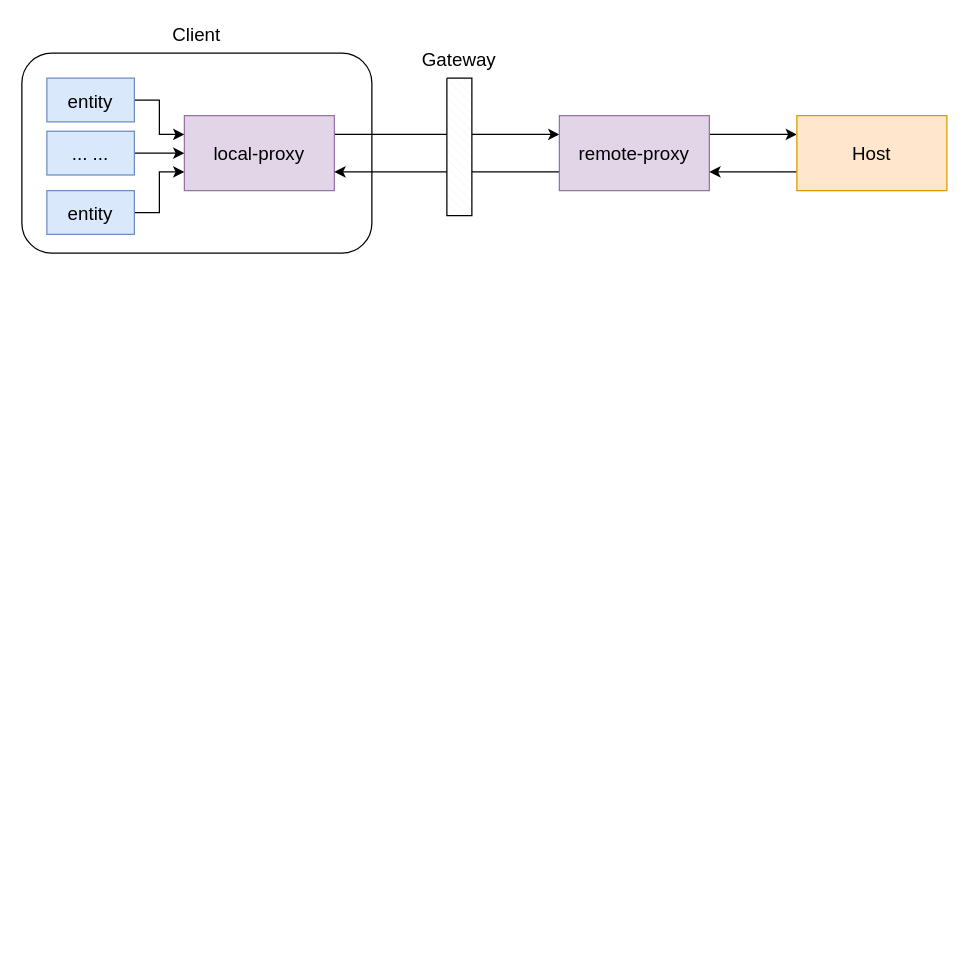
Above: docs/socks5-proxy.drawio in ikey4u/relayer (draw.io), before the change. Source tidied: cells renumbered, new cells numbered last; positions are measured from the earlier drawing's top-left corner, leaving out a move shared by most shapes. Both pictures are drawn from the tidied source at 125%, with x=0, y=0 at pixel (21, 21).
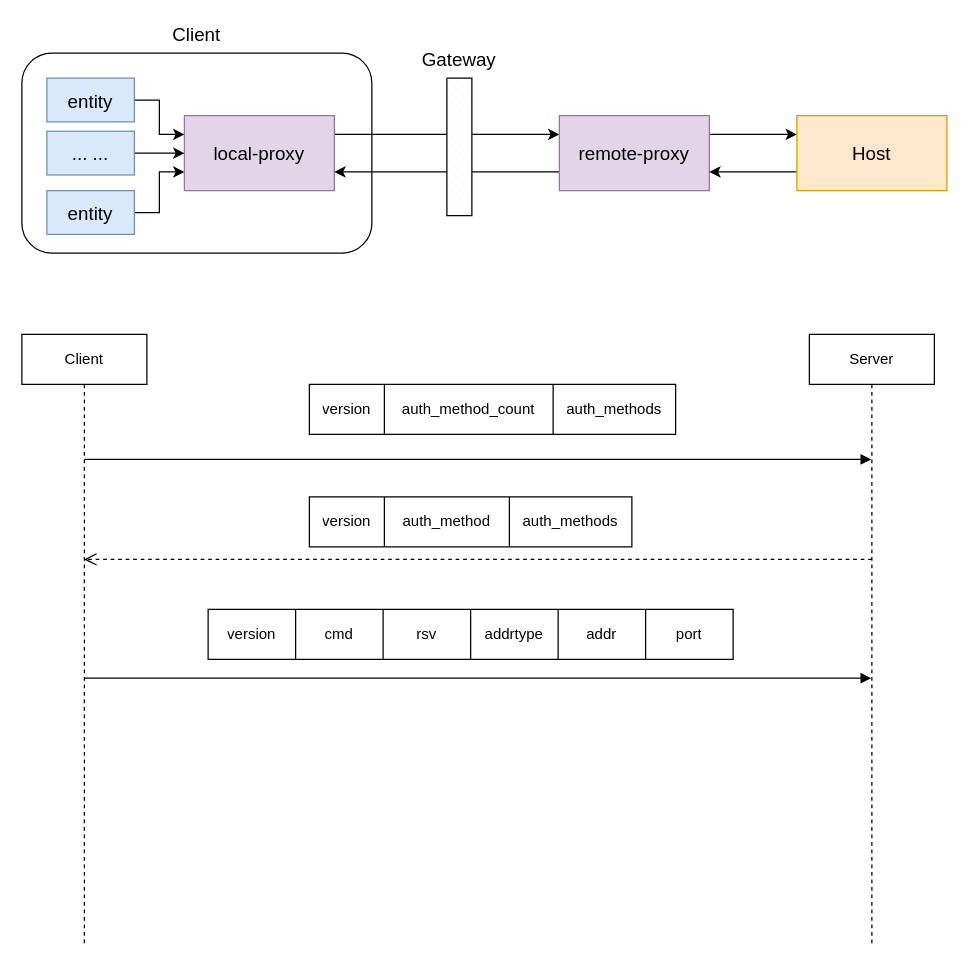
The same diagram, later.

Commit message:
doc: add socks5 handshake illustration of first and second

Change to the diagram source:
```diff
@@
+    <mxCell id="19" style="shape=table;html=1;whiteSpace=wrap;startSize=0;childLayout=tableLayout;fontFamily=Source Han Serif;" parent="1" vertex="1">
+      <mxGeometry x="230" y="290" width="293" height="40" as="geometry" />
+    </mxCell>
+    <mxCell id="20" style="shape=partialRectangle;html=1;whiteSpace=wrap;fillColor=none;top=0;left=0;bottom=0;right=0;fontFamily=Source Han Serif;" parent="19" vertex="1">
+      <mxGeometry width="293" height="40" as="geometry" />
+    </mxCell>
+    <mxCell id="21" value="version" style="shape=partialRectangle;html=1;whiteSpace=wrap;overflow=hidden;fillColor=none;top=0;left=0;bottom=0;right=0;fontFamily=Source Han Serif;" parent="20" vertex="1">
+      <mxGeometry width="60" height="40" as="geometry" />
+    </mxCell>
+    <mxCell id="22" value="auth_method_count" style="shape=partialRectangle;html=1;whiteSpace=wrap;overflow=hidden;fillColor=none;top=0;left=0;bottom=0;right=0;fontFamily=Source Han Serif;" parent="20" vertex="1">
+      <mxGeometry x="60" width="135" height="40" as="geometry" />
+    </mxCell>
+    <mxCell id="23" value="auth_methods" style="shape=partialRectangle;html=1;whiteSpace=wrap;overflow=hidden;fillColor=none;top=0;left=0;bottom=0;right=0;fontFamily=Source Han Serif;" parent="20" vertex="1">
+      <mxGeometry x="195" width="98" height="40" as="geometry" />
+    </mxCell>
+    <mxCell id="24" style="shape=table;html=1;whiteSpace=wrap;startSize=0;childLayout=tableLayout;fontFamily=Source Han Serif;" parent="1" vertex="1">
+      <mxGeometry x="230" y="380" width="258" height="40" as="geometry" />
+    </mxCell>
+    <mxCell id="25" style="shape=partialRectangle;html=1;whiteSpace=wrap;fillColor=none;top=0;left=0;bottom=0;right=0;fontFamily=Source Han Serif;" parent="24" vertex="1">
+      <mxGeometry width="258" height="40" as="geometry" />
+    </mxCell>
+    <mxCell id="26" value="version" style="shape=partialRectangle;html=1;whiteSpace=wrap;overflow=hidden;fillColor=none;top=0;left=0;bottom=0;right=0;fontFamily=Source Han Serif;" parent="25" vertex="1">
+      <mxGeometry width="60" height="40" as="geometry" />
+    </mxCell>
+    <mxCell id="27" value="auth_method" style="shape=partialRectangle;html=1;whiteSpace=wrap;overflow=hidden;fillColor=none;top=0;left=0;bottom=0;right=0;fontFamily=Source Han Serif;" parent="25" vertex="1">
+      <mxGeometry x="60" width="100" height="40" as="geometry" />
+    </mxCell>
+    <mxCell id="28" value="auth_methods" style="shape=partialRectangle;html=1;whiteSpace=wrap;overflow=hidden;fillColor=none;top=0;left=0;bottom=0;right=0;fontFamily=Source Han Serif;" parent="25" vertex="1">
+      <mxGeometry x="160" width="98" height="40" as="geometry" />
+    </mxCell>
+    <mxCell id="29" style="shape=table;html=1;whiteSpace=wrap;startSize=0;childLayout=tableLayout;fontFamily=Source Han Serif;" parent="1" vertex="1">
+      <mxGeometry x="149" y="470" width="420" height="40" as="geometry" />
+    </mxCell>
+    <mxCell id="30" style="shape=partialRectangle;html=1;whiteSpace=wrap;fillColor=none;top=0;left=0;bottom=0;right=0;fontFamily=Source Han Serif;" parent="29" vertex="1">
+      <mxGeometry width="420" height="40" as="geometry" />
+    </mxCell>
+    <mxCell id="31" value="version" style="shape=partialRectangle;html=1;whiteSpace=wrap;overflow=hidden;fillColor=none;top=0;left=0;bottom=0;right=0;fontFamily=Source Han Serif;" parent="30" vertex="1">
+      <mxGeometry width="70" height="40" as="geometry" />
+    </mxCell>
+    <mxCell id="32" value="cmd" style="shape=partialRectangle;html=1;whiteSpace=wrap;overflow=hidden;fillColor=none;top=0;left=0;bottom=0;right=0;fontFamily=Source Han Serif;" parent="30" vertex="1">
+      <mxGeometry x="70" width="70" height="40" as="geometry" />
+    </mxCell>
+    <mxCell id="33" value="rsv" style="shape=partialRectangle;html=1;whiteSpace=wrap;overflow=hidden;fillColor=none;top=0;left=0;bottom=0;right=0;fontFamily=Source Han Serif;" parent="30" vertex="1">
+      <mxGeometry x="140" width="70" height="40" as="geometry" />
+    </mxCell>
+    <mxCell id="34" value="addrtype" style="shape=partialRectangle;html=1;whiteSpace=wrap;overflow=hidden;fillColor=none;top=0;left=0;bottom=0;right=0;fontFamily=Source Han Serif;" parent="30" vertex="1">
+      <mxGeometry x="210" width="70" height="40" as="geometry" />
+    </mxCell>
+    <mxCell id="35" value="addr" style="shape=partialRectangle;html=1;whiteSpace=wrap;overflow=hidden;fillColor=none;top=0;left=0;bottom=0;right=0;fontFamily=Source Han Serif;" parent="30" vertex="1">
+      <mxGeometry x="280" width="70" height="40" as="geometry" />
+    </mxCell>
+    <mxCell id="36" value="port" style="shape=partialRectangle;html=1;whiteSpace=wrap;overflow=hidden;fillColor=none;top=0;left=0;bottom=0;right=0;fontFamily=Source Han Serif;" parent="30" vertex="1">
+      <mxGeometry x="350" width="70" height="40" as="geometry" />
+    </mxCell>
+    <mxCell id="37" value="Client" style="shape=umlLifeline;perimeter=lifelinePerimeter;whiteSpace=wrap;html=1;fontFamily=Source Han Serif;" parent="1" vertex="1">
+      <mxGeometry y="250" width="100" height="490" as="geometry" />
+    </mxCell>
+    <mxCell id="38" style="html=1;verticalAlign=bottom;endArrow=block;fontFamily=Source Han Serif;" parent="37" edge="1" target="39">
+      <mxGeometry relative="1" as="geometry">
+        <mxPoint x="50" y="100" as="sourcePoint" />
+      </mxGeometry>
+    </mxCell>
+    <mxCell id="39" value="Server" style="shape=umlLifeline;perimeter=lifelinePerimeter;whiteSpace=wrap;html=1;outlineConnect=0;fontFamily=Source Han Serif;" parent="1" vertex="1">
+      <mxGeometry x="630" y="250" width="100" height="490" as="geometry" />
+    </mxCell>
+    <mxCell id="40" style="html=1;verticalAlign=bottom;endArrow=open;dashed=1;endSize=8;fontFamily=Source Han Serif;" parent="1" edge="1">
+      <mxGeometry relative="1" as="geometry">
+        <mxPoint x="680" y="430" as="sourcePoint" />
+        <mxPoint x="49.7" y="430" as="targetPoint" />
+      </mxGeometry>
+    </mxCell>
+    <mxCell id="41" style="html=1;verticalAlign=bottom;endArrow=block;fontFamily=Source Han Serif;" parent="1" edge="1">
+      <mxGeometry relative="1" as="geometry">
+        <mxPoint x="50" y="525" as="sourcePoint" />
+        <mxPoint x="679.5" y="525" as="targetPoint" />
+      </mxGeometry>
+    </mxCell>
```
